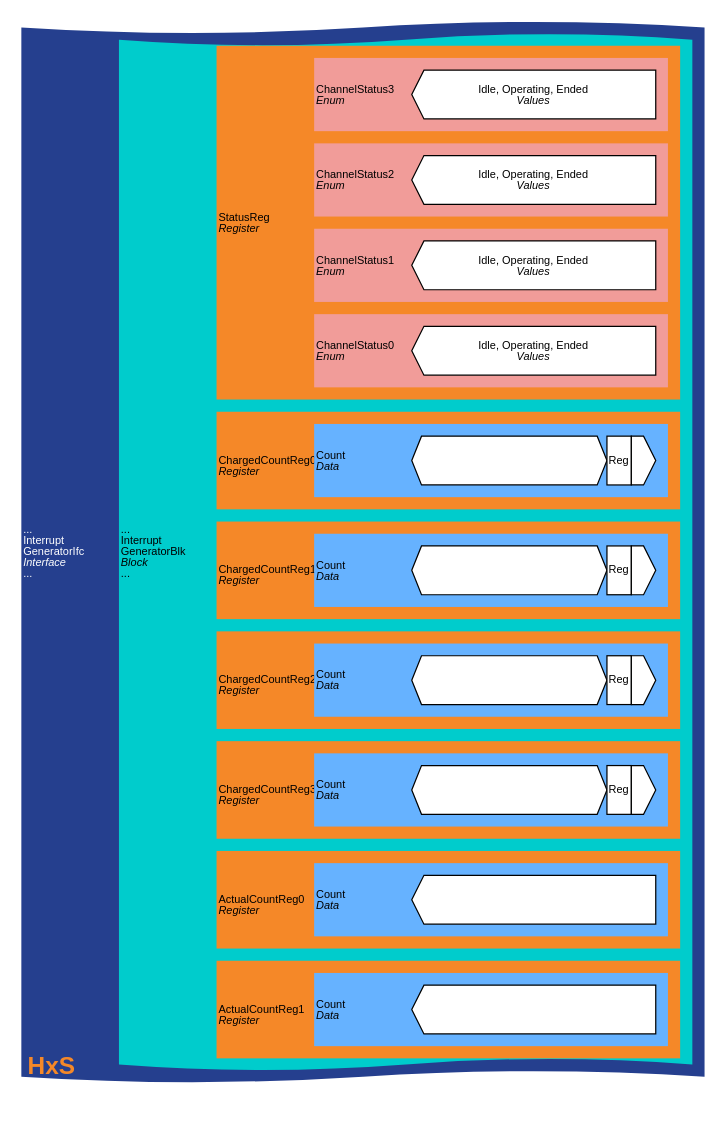
Earlier version of the draw.io diagram page "Slice3" (5 of 6) of src-gen/rst/Eccelerators.Library.IP.InterruptGeneratorIfc.drawio (eccelerators/interrupt-generator). Source tidied: cells renumbered, new cells numbered last; positions are measured from the earlier drawing's top-left corner, leaving out a move shared by most shapes. Both pictures are drawn from the tidied source at 122%, with x=0, y=0 at pixel (21, 21).
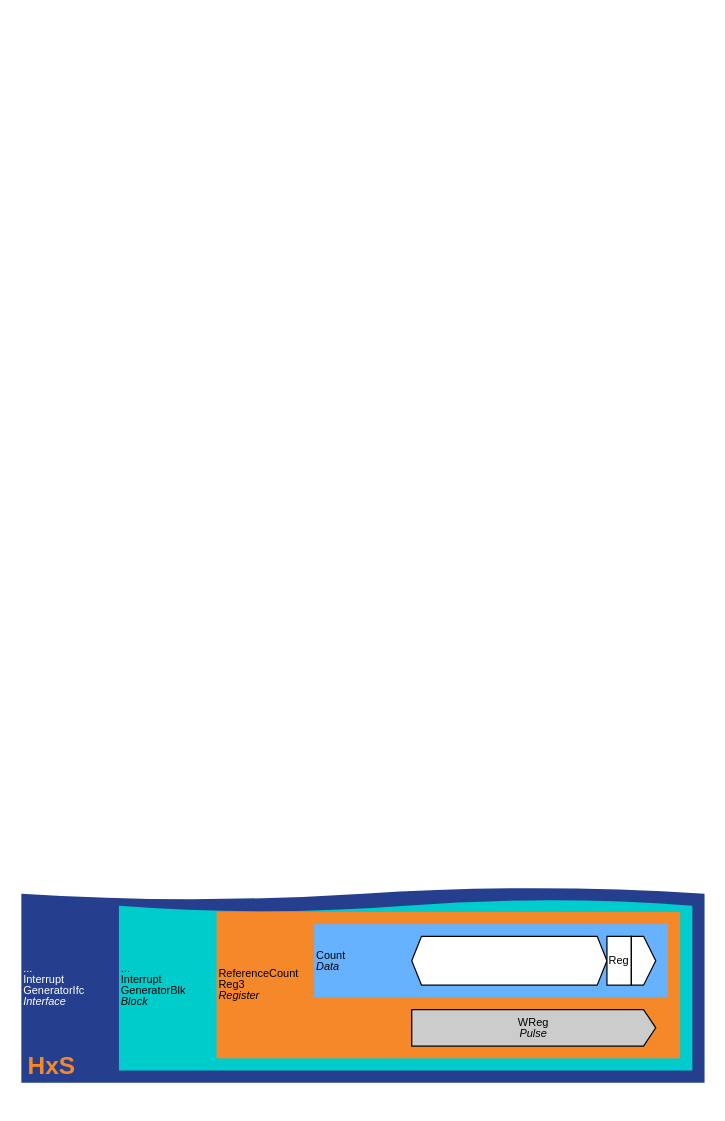
After the change.

Diff of the diagram source:
```diff
@@
-    <mxCell id="2" parent="0" />
-    <mxCell id="3" value="&lt;p style=&quot;line-height: 100%;&quot;&gt;...&lt;br&gt;Interrupt&lt;br&gt;GeneratorIfc&lt;br&gt;&lt;i&gt;Interface&lt;/i&gt;&lt;br&gt;...&lt;/p&gt;" style="shape=tape;size=0.011494252873563218;rounded=0;whiteSpace=wrap;html=1;fillColor=#253F8E;fontSize=9;fontColor=#FFFFFF;align=left;strokeColor=none;" parent="2" vertex="1">
-      <mxGeometry width="560" height="870" as="geometry" />
-    </mxCell>
-    <mxCell id="4" value="&lt;p style=&quot;line-height: 100%;&quot;&gt;...&lt;br&gt;Interrupt&lt;br&gt;GeneratorBlk&lt;br&gt;&lt;i&gt;Block&lt;/i&gt;&lt;br&gt;...&lt;/p&gt;" style="shape=tape;size=0.011764705882352941;rounded=0;whiteSpace=wrap;html=1;fillColor=#00CCCC;fontSize=9;fontColor=#000000;align=left;strokeColor=none;" parent="2" vertex="1">
-      <mxGeometry x="80" y="10" width="470" height="850" as="geometry" />
-    </mxCell>
-    <mxCell id="5" value="&lt;p style=&quot;line-height: 100%;&quot;&gt;StatusReg&lt;br&gt;&lt;i&gt;Register&lt;/i&gt;&lt;/p&gt;" style="rounded=0;whiteSpace=wrap;html=1;fillColor=#F58828;fontSize=9;fontColor=#000000;align=left;strokeColor=none;" parent="2" vertex="1">
-      <mxGeometry x="160" y="20" width="380" height="290" as="geometry" />
-    </mxCell>
-    <mxCell id="6" value="&lt;p style=&quot;line-height: 100%;&quot;&gt;ChannelStatus3&lt;br&gt;&lt;i&gt;Enum&lt;/i&gt;&lt;/p&gt;" style="rounded=0;whiteSpace=wrap;html=1;fillColor=#F19C99;fontSize=9;fontColor=#000000;align=left;strokeColor=none;" parent="2" vertex="1">
-      <mxGeometry x="240" y="30" width="290" height="60" as="geometry" />
-    </mxCell>
-    <mxCell id="7" value="&lt;p style=&quot;line-height: 100%;&quot;&gt;Idle, Operating, Ended&lt;br&gt;&lt;i&gt;Values&lt;/i&gt;&lt;/p&gt;" style="fillColor=#FFFFFF;arrowSize=0.05;shape=singleArrow;direction=west;rounded=0;whiteSpace=wrap;html=1;fontSize=9;arrowWidth=1;" parent="2" vertex="1">
-      <mxGeometry x="320" y="40" width="200" height="40" as="geometry" />
-    </mxCell>
-    <mxCell id="8" value="&lt;p style=&quot;line-height: 100%;&quot;&gt;ChannelStatus2&lt;br&gt;&lt;i&gt;Enum&lt;/i&gt;&lt;/p&gt;" style="rounded=0;whiteSpace=wrap;html=1;fillColor=#F19C99;fontSize=9;fontColor=#000000;align=left;strokeColor=none;" parent="2" vertex="1">
-      <mxGeometry x="240" y="100" width="290" height="60" as="geometry" />
-    </mxCell>
-    <mxCell id="9" value="&lt;p style=&quot;line-height: 100%;&quot;&gt;Idle, Operating, Ended&lt;br&gt;&lt;i&gt;Values&lt;/i&gt;&lt;/p&gt;" style="fillColor=#FFFFFF;arrowSize=0.05;shape=singleArrow;direction=west;rounded=0;whiteSpace=wrap;html=1;fontSize=9;arrowWidth=1;" parent="2" vertex="1">
-      <mxGeometry x="320" y="110" width="200" height="40" as="geometry" />
-    </mxCell>
-    <mxCell id="10" value="&lt;p style=&quot;line-height: 100%;&quot;&gt;ChannelStatus1&lt;br&gt;&lt;i&gt;Enum&lt;/i&gt;&lt;/p&gt;" style="rounded=0;whiteSpace=wrap;html=1;fillColor=#F19C99;fontSize=9;fontColor=#000000;align=left;strokeColor=none;" parent="2" vertex="1">
-      <mxGeometry x="240" y="170" width="290" height="60" as="geometry" />
-    </mxCell>
-    <mxCell id="11" value="&lt;p style=&quot;line-height: 100%;&quot;&gt;Idle, Operating, Ended&lt;br&gt;&lt;i&gt;Values&lt;/i&gt;&lt;/p&gt;" style="fillColor=#FFFFFF;arrowSize=0.05;shape=singleArrow;direction=west;rounded=0;whiteSpace=wrap;html=1;fontSize=9;arrowWidth=1;" parent="2" vertex="1">
-      <mxGeometry x="320" y="180" width="200" height="40" as="geometry" />
-    </mxCell>
-    <mxCell id="12" value="&lt;p style=&quot;line-height: 100%;&quot;&gt;ChannelStatus0&lt;br&gt;&lt;i&gt;Enum&lt;/i&gt;&lt;/p&gt;" style="rounded=0;whiteSpace=wrap;html=1;fillColor=#F19C99;fontSize=9;fontColor=#000000;align=left;strokeColor=none;" parent="2" vertex="1">
-      <mxGeometry x="240" y="240" width="290" height="60" as="geometry" />
-    </mxCell>
-    <mxCell id="13" value="&lt;p style=&quot;line-height: 100%;&quot;&gt;Idle, Operating, Ended&lt;br&gt;&lt;i&gt;Values&lt;/i&gt;&lt;/p&gt;" style="fillColor=#FFFFFF;arrowSize=0.05;shape=singleArrow;direction=west;rounded=0;whiteSpace=wrap;html=1;fontSize=9;arrowWidth=1;" parent="2" vertex="1">
-      <mxGeometry x="320" y="250" width="200" height="40" as="geometry" />
-    </mxCell>
-    <mxCell id="14" value="&lt;p style=&quot;line-height: 100%;&quot;&gt;&lt;br&gt;ChargedCountReg0&lt;br&gt;&lt;i&gt;Register&lt;/i&gt;&lt;/p&gt;" style="rounded=0;whiteSpace=wrap;html=1;fillColor=#F58828;fontSize=9;fontColor=#000000;align=left;strokeColor=none;" parent="2" vertex="1">
-      <mxGeometry x="160" y="320" width="380" height="80" as="geometry" />
-    </mxCell>
-    <mxCell id="15" value="&lt;p style=&quot;line-height: 100%;&quot;&gt;Count&lt;br&gt;&lt;i&gt;Data&lt;/i&gt;&lt;/p&gt;" style="rounded=0;whiteSpace=wrap;html=1;fillColor=#66B2FF;fontSize=9;fontColor=#000000;align=left;strokeColor=none;" parent="2" vertex="1">
-      <mxGeometry x="240" y="330" width="290" height="60" as="geometry" />
-    </mxCell>
-    <mxCell id="16" value="&lt;p style=&quot;line-height: 100%;&quot;&gt;&lt;/p&gt;" style="fillColor=#FFFFFF;arrowSize=0.05;shape=doubleArrow;rounded=0;whiteSpace=wrap;html=1;fontSize=9;arrowWidth=1;" parent="2" vertex="1">
-      <mxGeometry x="320" y="340" width="160" height="40" as="geometry" />
-    </mxCell>
-    <mxCell id="17" value="&lt;p style=&quot;line-height: 100%;&quot;&gt;Reg&lt;/p&gt;" style="fillColor=#FFFFFF;rounded=0;whiteSpace=wrap;html=1;fontSize=9;arrowWidth=1;" parent="2" vertex="1">
-      <mxGeometry x="480" y="340" width="20" height="40" as="geometry" />
-    </mxCell>
-    <mxCell id="18" style="fillColor=#FFFFFF;arrowSize=0.5;shape=singleArrow;rounded=0;whiteSpace=wrap;html=1;fontSize=9;arrowWidth=1;" parent="2" vertex="1">
-      <mxGeometry x="500" y="340" width="20" height="40" as="geometry" />
-    </mxCell>
-    <mxCell id="19" value="&lt;p style=&quot;line-height: 100%;&quot;&gt;&lt;br&gt;ChargedCountReg1&lt;br&gt;&lt;i&gt;Register&lt;/i&gt;&lt;/p&gt;" style="rounded=0;whiteSpace=wrap;html=1;fillColor=#F58828;fontSize=9;fontColor=#000000;align=left;strokeColor=none;" parent="2" vertex="1">
-      <mxGeometry x="160" y="410" width="380" height="80" as="geometry" />
-    </mxCell>
-    <mxCell id="20" value="&lt;p style=&quot;line-height: 100%;&quot;&gt;Count&lt;br&gt;&lt;i&gt;Data&lt;/i&gt;&lt;/p&gt;" style="rounded=0;whiteSpace=wrap;html=1;fillColor=#66B2FF;fontSize=9;fontColor=#000000;align=left;strokeColor=none;" parent="2" vertex="1">
-      <mxGeometry x="240" y="420" width="290" height="60" as="geometry" />
-    </mxCell>
-    <mxCell id="21" value="&lt;p style=&quot;line-height: 100%;&quot;&gt;&lt;/p&gt;" style="fillColor=#FFFFFF;arrowSize=0.05;shape=doubleArrow;rounded=0;whiteSpace=wrap;html=1;fontSize=9;arrowWidth=1;" parent="2" vertex="1">
-      <mxGeometry x="320" y="430" width="160" height="40" as="geometry" />
-    </mxCell>
-    <mxCell id="22" value="&lt;p style=&quot;line-height: 100%;&quot;&gt;Reg&lt;/p&gt;" style="fillColor=#FFFFFF;rounded=0;whiteSpace=wrap;html=1;fontSize=9;arrowWidth=1;" parent="2" vertex="1">
-      <mxGeometry x="480" y="430" width="20" height="40" as="geometry" />
-    </mxCell>
-    <mxCell id="23" style="fillColor=#FFFFFF;arrowSize=0.5;shape=singleArrow;rounded=0;whiteSpace=wrap;html=1;fontSize=9;arrowWidth=1;" parent="2" vertex="1">
-      <mxGeometry x="500" y="430" width="20" height="40" as="geometry" />
-    </mxCell>
-    <mxCell id="24" value="&lt;p style=&quot;line-height: 100%;&quot;&gt;&lt;br&gt;ChargedCountReg2&lt;br&gt;&lt;i&gt;Register&lt;/i&gt;&lt;/p&gt;" style="rounded=0;whiteSpace=wrap;html=1;fillColor=#F58828;fontSize=9;fontColor=#000000;align=left;strokeColor=none;" parent="2" vertex="1">
-      <mxGeometry x="160" y="500" width="380" height="80" as="geometry" />
-    </mxCell>
-    <mxCell id="25" value="&lt;p style=&quot;line-height: 100%;&quot;&gt;Count&lt;br&gt;&lt;i&gt;Data&lt;/i&gt;&lt;/p&gt;" style="rounded=0;whiteSpace=wrap;html=1;fillColor=#66B2FF;fontSize=9;fontColor=#000000;align=left;strokeColor=none;" parent="2" vertex="1">
-      <mxGeometry x="240" y="510" width="290" height="60" as="geometry" />
-    </mxCell>
-    <mxCell id="26" value="&lt;p style=&quot;line-height: 100%;&quot;&gt;&lt;/p&gt;" style="fillColor=#FFFFFF;arrowSize=0.05;shape=doubleArrow;rounded=0;whiteSpace=wrap;html=1;fontSize=9;arrowWidth=1;" parent="2" vertex="1">
-      <mxGeometry x="320" y="520" width="160" height="40" as="geometry" />
-    </mxCell>
-    <mxCell id="27" value="&lt;p style=&quot;line-height: 100%;&quot;&gt;Reg&lt;/p&gt;" style="fillColor=#FFFFFF;rounded=0;whiteSpace=wrap;html=1;fontSize=9;arrowWidth=1;" parent="2" vertex="1">
-      <mxGeometry x="480" y="520" width="20" height="40" as="geometry" />
-    </mxCell>
-    <mxCell id="28" style="fillColor=#FFFFFF;arrowSize=0.5;shape=singleArrow;rounded=0;whiteSpace=wrap;html=1;fontSize=9;arrowWidth=1;" parent="2" vertex="1">
-      <mxGeometry x="500" y="520" width="20" height="40" as="geometry" />
-    </mxCell>
-    <mxCell id="29" value="&lt;p style=&quot;line-height: 100%;&quot;&gt;&lt;br&gt;ChargedCountReg3&lt;br&gt;&lt;i&gt;Register&lt;/i&gt;&lt;/p&gt;" style="rounded=0;whiteSpace=wrap;html=1;fillColor=#F58828;fontSize=9;fontColor=#000000;align=left;strokeColor=none;" parent="2" vertex="1">
-      <mxGeometry x="160" y="590" width="380" height="80" as="geometry" />
-    </mxCell>
-    <mxCell id="30" value="&lt;p style=&quot;line-height: 100%;&quot;&gt;Count&lt;br&gt;&lt;i&gt;Data&lt;/i&gt;&lt;/p&gt;" style="rounded=0;whiteSpace=wrap;html=1;fillColor=#66B2FF;fontSize=9;fontColor=#000000;align=left;strokeColor=none;" parent="2" vertex="1">
-      <mxGeometry x="240" y="600" width="290" height="60" as="geometry" />
-    </mxCell>
-    <mxCell id="31" value="&lt;p style=&quot;line-height: 100%;&quot;&gt;&lt;/p&gt;" style="fillColor=#FFFFFF;arrowSize=0.05;shape=doubleArrow;rounded=0;whiteSpace=wrap;html=1;fontSize=9;arrowWidth=1;" parent="2" vertex="1">
-      <mxGeometry x="320" y="610" width="160" height="40" as="geometry" />
-    </mxCell>
-    <mxCell id="32" value="&lt;p style=&quot;line-height: 100%;&quot;&gt;Reg&lt;/p&gt;" style="fillColor=#FFFFFF;rounded=0;whiteSpace=wrap;html=1;fontSize=9;arrowWidth=1;" parent="2" vertex="1">
-      <mxGeometry x="480" y="610" width="20" height="40" as="geometry" />
-    </mxCell>
-    <mxCell id="33" style="fillColor=#FFFFFF;arrowSize=0.5;shape=singleArrow;rounded=0;whiteSpace=wrap;html=1;fontSize=9;arrowWidth=1;" parent="2" vertex="1">
-      <mxGeometry x="500" y="610" width="20" height="40" as="geometry" />
-    </mxCell>
-    <mxCell id="34" value="&lt;p style=&quot;line-height: 100%;&quot;&gt;&lt;br&gt;ActualCountReg0&lt;br&gt;&lt;i&gt;Register&lt;/i&gt;&lt;/p&gt;" style="rounded=0;whiteSpace=wrap;html=1;fillColor=#F58828;fontSize=9;fontColor=#000000;align=left;strokeColor=none;" parent="2" vertex="1">
-      <mxGeometry x="160" y="680" width="380" height="80" as="geometry" />
-    </mxCell>
-    <mxCell id="35" value="&lt;p style=&quot;line-height: 100%;&quot;&gt;Count&lt;br&gt;&lt;i&gt;Data&lt;/i&gt;&lt;/p&gt;" style="rounded=0;whiteSpace=wrap;html=1;fillColor=#66B2FF;fontSize=9;fontColor=#000000;align=left;strokeColor=none;" parent="2" vertex="1">
-      <mxGeometry x="240" y="690" width="290" height="60" as="geometry" />
-    </mxCell>
-    <mxCell id="36" value="&lt;p style=&quot;line-height: 100%;&quot;&gt;&lt;/p&gt;" style="fillColor=#FFFFFF;arrowSize=0.05;shape=singleArrow;direction=west;rounded=0;whiteSpace=wrap;html=1;fontSize=9;arrowWidth=1;" parent="2" vertex="1">
-      <mxGeometry x="320" y="700" width="200" height="40" as="geometry" />
-    </mxCell>
-    <mxCell id="37" value="&lt;p style=&quot;line-height: 100%;&quot;&gt;&lt;br&gt;ActualCountReg1&lt;br&gt;&lt;i&gt;Register&lt;/i&gt;&lt;/p&gt;" style="rounded=0;whiteSpace=wrap;html=1;fillColor=#F58828;fontSize=9;fontColor=#000000;align=left;strokeColor=none;" parent="2" vertex="1">
-      <mxGeometry x="160" y="770" width="380" height="80" as="geometry" />
-    </mxCell>
-    <mxCell id="38" value="&lt;p style=&quot;line-height: 100%;&quot;&gt;Count&lt;br&gt;&lt;i&gt;Data&lt;/i&gt;&lt;/p&gt;" style="rounded=0;whiteSpace=wrap;html=1;fillColor=#66B2FF;fontSize=9;fontColor=#000000;align=left;strokeColor=none;" parent="2" vertex="1">
-      <mxGeometry x="240" y="780" width="290" height="60" as="geometry" />
-    </mxCell>
-    <mxCell id="39" value="&lt;p style=&quot;line-height: 100%;&quot;&gt;&lt;/p&gt;" style="fillColor=#FFFFFF;arrowSize=0.05;shape=singleArrow;direction=west;rounded=0;whiteSpace=wrap;html=1;fontSize=9;arrowWidth=1;" parent="2" vertex="1">
-      <mxGeometry x="320" y="790" width="200" height="40" as="geometry" />
-    </mxCell>
+    <mxCell id="41" parent="0" />
+    <mxCell id="42" value="&lt;p style=&quot;line-height: 100%;&quot;&gt;...&lt;br&gt;Interrupt&lt;br&gt;GeneratorIfc&lt;br&gt;&lt;i&gt;Interface&lt;/i&gt;&lt;/p&gt;" style="shape=document;size=0.0625;flipV=1;flipH=1;rounded=0;whiteSpace=wrap;html=1;fillColor=#253F8E;fontSize=9;fontColor=#FFFFFF;align=left;strokeColor=none;" parent="41" vertex="1">
+      <mxGeometry y="710" width="560" height="160" as="geometry" />
+    </mxCell>
+    <mxCell id="43" value="&lt;p style=&quot;line-height: 100%;&quot;&gt;...&lt;br&gt;Interrupt&lt;br&gt;GeneratorBlk&lt;br&gt;&lt;i&gt;Block&lt;/i&gt;&lt;/p&gt;" style="shape=document;size=0.07142857142857142;flipV=1;flipH=1;rounded=0;whiteSpace=wrap;html=1;fillColor=#00CCCC;fontSize=9;fontColor=#000000;align=left;strokeColor=none;" parent="41" vertex="1">
+      <mxGeometry x="80" y="720" width="470" height="140" as="geometry" />
+    </mxCell>
+    <mxCell id="44" value="&lt;p style=&quot;line-height: 100%;&quot;&gt;ReferenceCount&lt;br&gt;Reg3&lt;br&gt;&lt;i&gt;Register&lt;/i&gt;&lt;/p&gt;" style="rounded=0;whiteSpace=wrap;html=1;fillColor=#F58828;fontSize=9;fontColor=#000000;align=left;strokeColor=none;" parent="41" vertex="1">
+      <mxGeometry x="160" y="730" width="380" height="120" as="geometry" />
+    </mxCell>
+    <mxCell id="45" value="&lt;p style=&quot;line-height: 100%;&quot;&gt;Count&lt;br&gt;&lt;i&gt;Data&lt;/i&gt;&lt;/p&gt;" style="rounded=0;whiteSpace=wrap;html=1;fillColor=#66B2FF;fontSize=9;fontColor=#000000;align=left;strokeColor=none;" parent="41" vertex="1">
+      <mxGeometry x="240" y="740" width="290" height="60" as="geometry" />
+    </mxCell>
+    <mxCell id="46" value="&lt;p style=&quot;line-height: 100%;&quot;&gt;&lt;/p&gt;" style="fillColor=#FFFFFF;arrowSize=0.05;shape=doubleArrow;rounded=0;whiteSpace=wrap;html=1;fontSize=9;arrowWidth=1;" parent="41" vertex="1">
+      <mxGeometry x="320" y="750" width="160" height="40" as="geometry" />
+    </mxCell>
+    <mxCell id="47" value="&lt;p style=&quot;line-height: 100%;&quot;&gt;Reg&lt;/p&gt;" style="fillColor=#FFFFFF;rounded=0;whiteSpace=wrap;html=1;fontSize=9;arrowWidth=1;" parent="41" vertex="1">
+      <mxGeometry x="480" y="750" width="20" height="40" as="geometry" />
+    </mxCell>
+    <mxCell id="48" style="fillColor=#FFFFFF;arrowSize=0.5;shape=singleArrow;rounded=0;whiteSpace=wrap;html=1;fontSize=9;arrowWidth=1;" parent="41" vertex="1">
+      <mxGeometry x="500" y="750" width="20" height="40" as="geometry" />
+    </mxCell>
+    <mxCell id="49" value="&lt;p style=&quot;line-height: 100%;&quot;&gt;WReg&lt;br&gt;&lt;i&gt;Pulse&lt;/i&gt;&lt;/p&gt;" style="fillColor=#CCCCCC;arrowSize=0.05;shape=singleArrow;rounded=0;whiteSpace=wrap;html=1;fontSize=9;arrowWidth=1;" parent="41" vertex="1">
+      <mxGeometry x="320" y="810" width="200" height="30" as="geometry" />
+    </mxCell>
-    <mxCell id="40" value="&lt;p style=&quot;line-height: 100%;&quot;&gt;HxS&lt;/p&gt;" style="fillColor=none;verticalAlign=middle;labelBorderColor=none;fontSize=20;align=center;fontStyle=1;strokeColor=none;fontColor=#F58828;rounded=0;whiteSpace=wrap;html=1;" parent="2" vertex="1">
+    <mxCell id="40" value="&lt;p style=&quot;line-height: 100%;&quot;&gt;HxS&lt;/p&gt;" style="fillColor=none;verticalAlign=middle;labelBorderColor=none;fontSize=20;align=center;fontStyle=1;strokeColor=none;fontColor=#F58828;rounded=0;whiteSpace=wrap;html=1;" parent="41" vertex="1">
       <mxGeometry y="840" width="50" height="30" as="geometry" />
     </mxCell>
```
